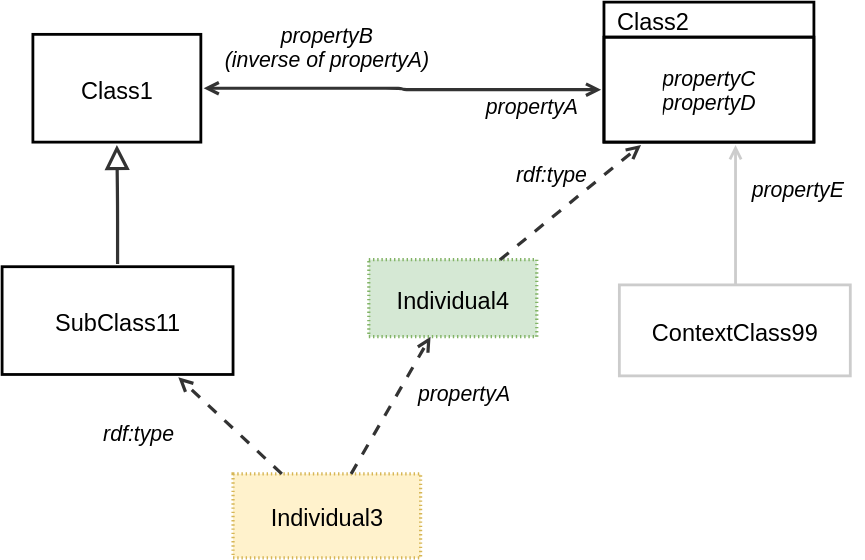
afeliachi/sdw-sosa-ssn keeps this draw.io diagram as ssn/images/ClassKey.svg. Above is the earlier version. Source tidied: cells renumbered, new cells last; positions are measured from the earlier drawing's top-left corner, leaving out a move shared by most shapes.
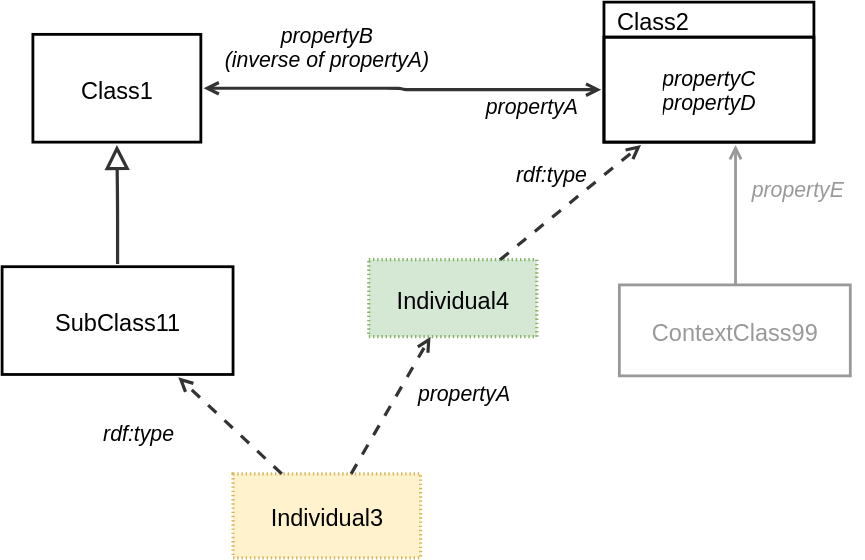
The same file after the commit.

Diff of the diagram source:
```diff
@@ -14,7 +14,7 @@
     <mxCell id="5" value="Class1" style="html=1;overflow=block;blockSpacing=1;whiteSpace=wrap;fontSize=16.8;align=center;spacing=0;strokeColor=#000000;fillColor=none;strokeWidth=2;perimeterSpacing=2;fontColor=default;convertToSvg=1;" parent="1" vertex="1">
       <mxGeometry x="22" y="23" width="120" height="77" as="geometry" />
     </mxCell>
-    <mxCell id="6" value="ContextClass99" style="html=1;overflow=block;blockSpacing=1;whiteSpace=wrap;fontSize=16.8;align=center;spacing=0;strokeColor=#CCCCCC;strokeOpacity=100;fillColor=none;strokeWidth=2;fontColor=default;convertToSvg=1;" parent="1" vertex="1">
+    <mxCell id="6" value="ContextClass99" style="html=1;overflow=block;blockSpacing=1;whiteSpace=wrap;fontSize=16.8;align=center;spacing=0;strokeColor=#999999;strokeOpacity=100;fillColor=none;strokeWidth=2;fontColor=#999999;convertToSvg=1;" parent="1" vertex="1">
       <mxGeometry x="441" y="202" width="165" height="65" as="geometry" />
     </mxCell>
     <mxCell id="7" value="SubClass11" style="html=1;overflow=block;blockSpacing=1;whiteSpace=wrap;fontSize=16.8;align=center;spacing=0;strokeColor=#000000;fillColor=none;strokeWidth=2;perimeterSpacing=2;fontColor=default;convertToSvg=1;" parent="1" vertex="1">
@@ -29,7 +29,7 @@
     <mxCell id="10" value="&lt;div style=&quot;display: flex; justify-content: center; text-align: center; align-items: baseline; font-size: 0; line-height: 1.25;margin-top: -2px;&quot;&gt;&lt;span&gt;&lt;span style=&quot;font-size:15.2px;font-style: italic;&quot;&gt;propertyC&#10;&lt;/span&gt;&lt;/span&gt;&lt;/div&gt;&lt;div style=&quot;display: flex; justify-content: center; text-align: center; align-items: baseline; font-size: 0; line-height: 1.25;margin-top: -2px;&quot;&gt;&lt;span&gt;&lt;span style=&quot;font-size:15.2px;font-style: italic;&quot;&gt;propertyD&lt;/span&gt;&lt;/span&gt;&lt;/div&gt;" style="html=1;strokeColor=#000000;fillColor=none;verticalAlign=middle;spacingLeft=4;spacingRight=4;overflow=hidden;points=[[0,0.5],[1,0.5]];portConstraint=eastwest;swimlaneFillColor=#unset;whiteSpace=wrap;fontSize=15.2;fontStyle=2;align=center;strokeWidth=2;perimeterSpacing=2;fontColor=default;convertToSvg=1;" parent="9" vertex="1">
       <mxGeometry y="25" width="150" height="75" as="geometry" />
     </mxCell>
-    <mxCell id="11" style="html=1;jettySize=18;whiteSpace=wrap;overflow=block;blockSpacing=1;fontSize=13;strokeColor=#CCCCCC;strokeOpacity=100;strokeWidth=2;rounded=1;arcSize=24;edgeStyle=orthogonalEdgeStyle;startArrow=open;endArrow=none;lucidId=_YHjfSWh~X1m;fontColor=default;convertToSvg=1;" parent="1" edge="1" source="10" target="6">
+    <mxCell id="11" style="html=1;jettySize=18;whiteSpace=wrap;overflow=block;blockSpacing=1;fontSize=13;strokeColor=#999999;strokeOpacity=100;strokeWidth=2;rounded=1;arcSize=24;edgeStyle=orthogonalEdgeStyle;startArrow=open;endArrow=none;lucidId=_YHjfSWh~X1m;fontColor=#999999;convertToSvg=1;" parent="1" edge="1" source="10" target="6">
       <mxGeometry relative="1" as="geometry">
         <Array as="points">
           <mxPoint x="524" y="137" />
@@ -37,7 +37,7 @@
         </Array>
       </mxGeometry>
     </mxCell>
-    <mxCell id="12" value="propertyE" style="html=1;overflow=block;blockSpacing=1;whiteSpace=wrap;fontSize=15.2;fontColor=default;fontStyle=2;align=center;spacing=0;strokeColor=none;strokeOpacity=100;fillOpacity=100;fillColor=none;strokeWidth=2.3;lucidId=DZHjzxYwu-P~;convertToSvg=1;" parent="1" vertex="1">
+    <mxCell id="12" value="propertyE" style="html=1;overflow=block;blockSpacing=1;whiteSpace=wrap;fontSize=15.2;fontColor=#999999;fontStyle=2;align=center;spacing=0;strokeColor=none;strokeOpacity=100;fillOpacity=100;fillColor=none;strokeWidth=2.3;lucidId=DZHjzxYwu-P~;convertToSvg=1;" parent="1" vertex="1">
       <mxGeometry x="520" y="117" width="97" height="31" as="geometry" />
     </mxCell>
     <mxCell id="13" value="Individual3" style="html=1;overflow=block;blockSpacing=1;whiteSpace=wrap;fontSize=16.8;align=center;spacing=0;strokeOpacity=100;fillColor=#fff2cc;dashed=1;fixDash=1;dashPattern=1 2;strokeWidth=2.3;strokeColor=#d6b656;fontColor=default;convertToSvg=1;" parent="1" vertex="1">
```
